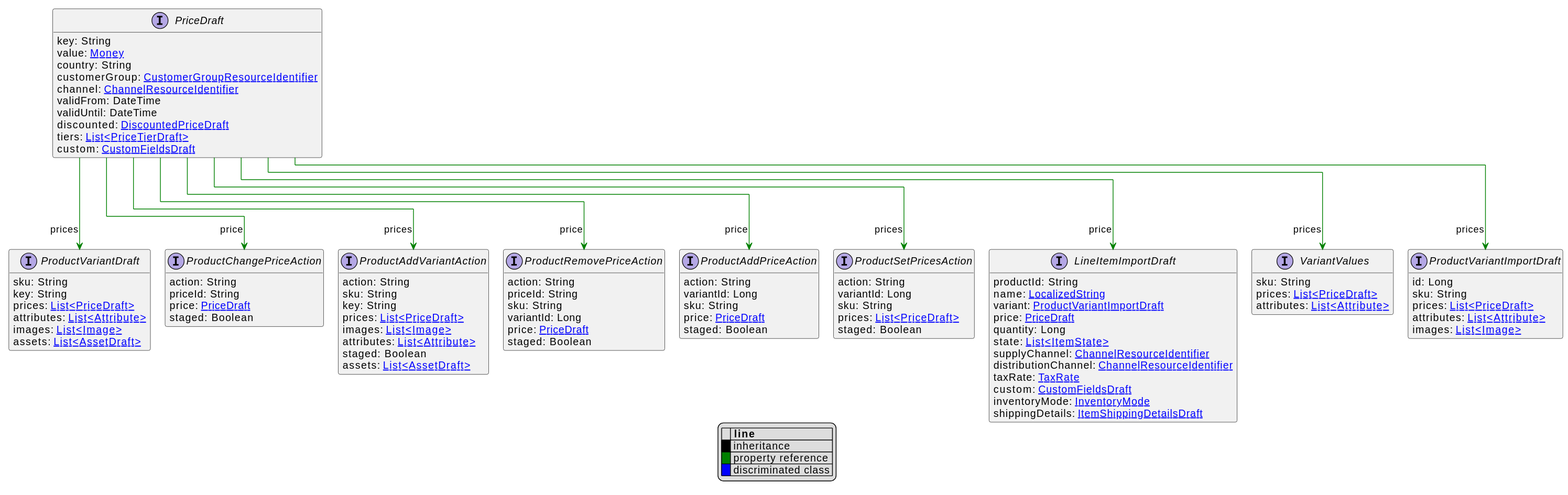
Earlier version of the PlantUML export uml/api/svg/PriceDraft.svg (commercetools/commercetools-api-reference).
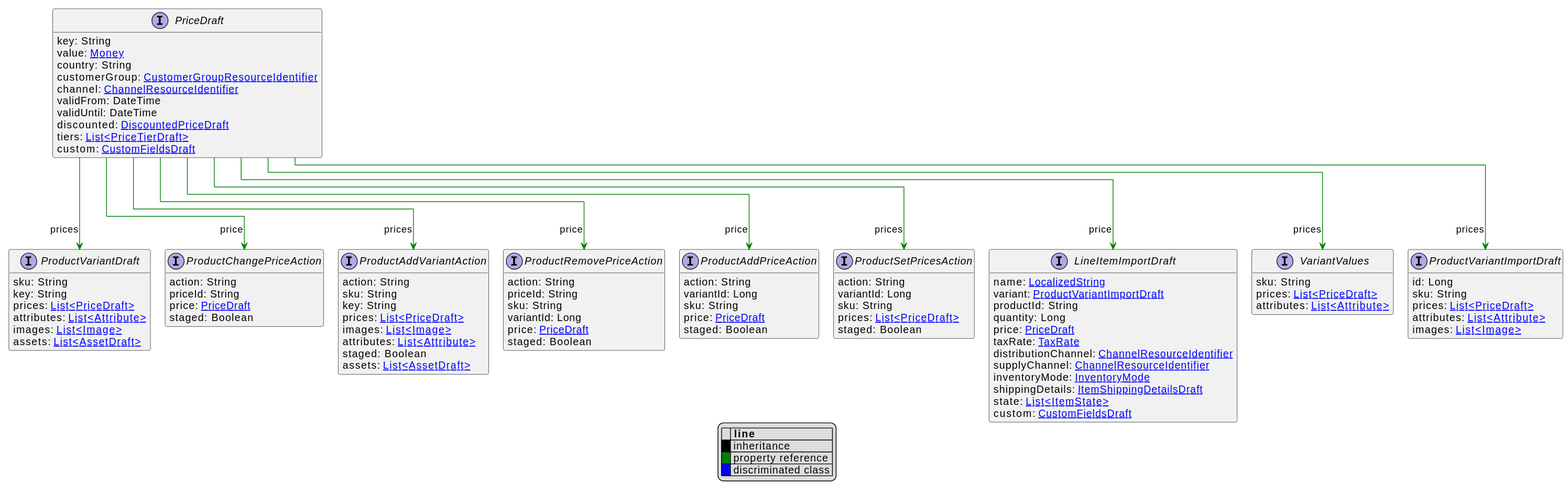
Above is the later version.

Diff of the diagram source:
```diff
@@ -61,18 +61,18 @@
     staged: Boolean
 }
 interface LineItemImportDraft [[LineItemImportDraft.svg]]  {
-    productId: String
     name: [[LocalizedString.svg LocalizedString]]
     variant: [[ProductVariantImportDraft.svg ProductVariantImportDraft]]
+    productId: String
+    quantity: Long
     price: [[PriceDraft.svg PriceDraft]]
-    quantity: Long
-    state: [[ItemState.svg List<ItemState>]]
+    taxRate: [[TaxRate.svg TaxRate]]
+    distributionChannel: [[ChannelResourceIdentifier.svg ChannelResourceIdentifier]]
     supplyChannel: [[ChannelResourceIdentifier.svg ChannelResourceIdentifier]]
-    distributionChannel: [[ChannelResourceIdentifier.svg ChannelResourceIdentifier]]
-    taxRate: [[TaxRate.svg TaxRate]]
-    custom: [[CustomFieldsDraft.svg CustomFieldsDraft]]
     inventoryMode: [[InventoryMode.svg InventoryMode]]
     shippingDetails: [[ItemShippingDetailsDraft.svg ItemShippingDetailsDraft]]
+    state: [[ItemState.svg List<ItemState>]]
+    custom: [[CustomFieldsDraft.svg CustomFieldsDraft]]
 }
 interface ProductAddPriceAction [[ProductAddPriceAction.svg]]  {
     action: String
```
